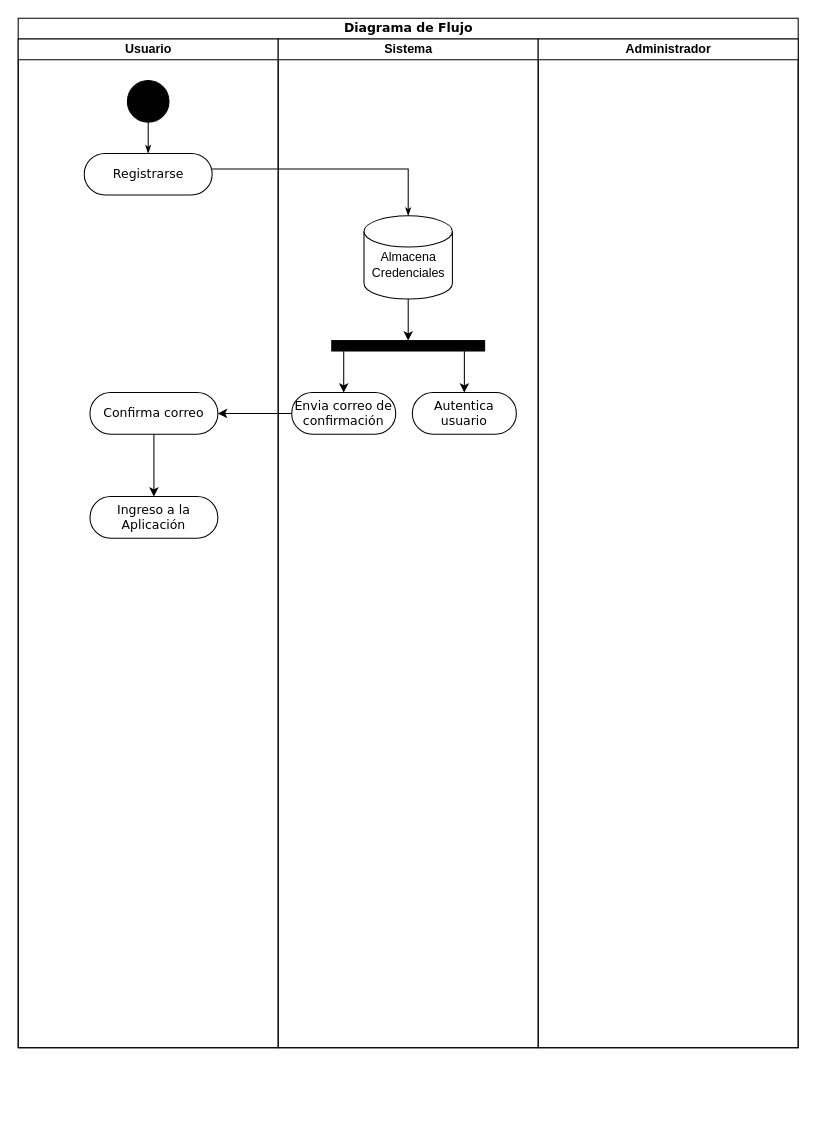
The draw.io diagram page "Diagrma de actividades" (2 of 4) of Diagramas Autolite.drawio in cgmerida/Diagramas-Autolite, before the edit. Source tidied: cells renumbered, new cells numbered last; positions are measured from the earlier drawing's top-left corner, leaving out a move shared by most shapes. Both pictures are drawn from the tidied source at 104%, with x=0, y=0 at pixel (18, 18).
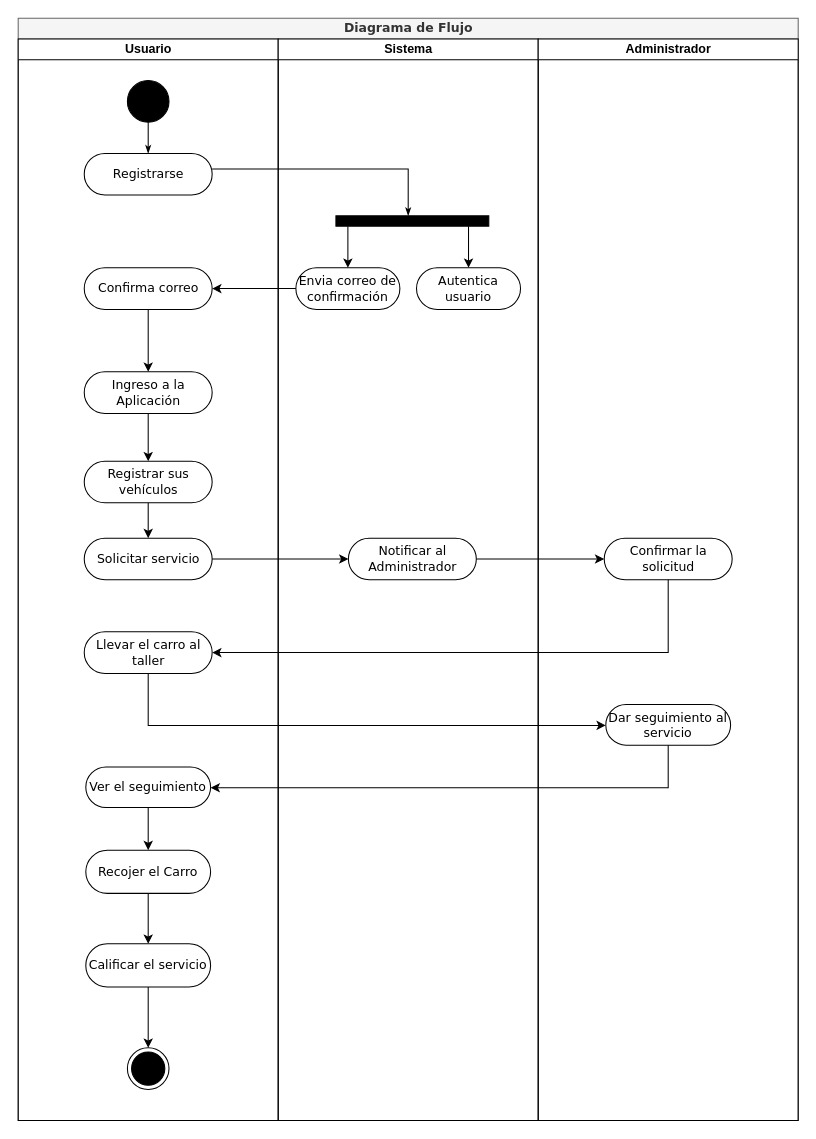
After the change.

Commit message (it also covers changes not shown here):
Terminando Diagrama de Actividades

Diff of the diagram source:
```diff
@@
-    <mxCell id="2" value="Diagrama de Flujo" style="swimlane;html=1;startSize=20;rounded=0;shadow=0;comic=0;labelBackgroundColor=none;strokeWidth=1;fontFamily=Verdana;fontSize=12;align=center;" parent="1" vertex="1">
-      <mxGeometry width="750" height="990" as="geometry" />
+    <mxCell id="2" value="Diagrama de Flujo" style="swimlane;html=1;startSize=20;rounded=0;shadow=0;comic=0;labelBackgroundColor=none;strokeWidth=1;fontFamily=Verdana;fontSize=12;align=center;fillColor=#f5f5f5;strokeColor=#666666;fontColor=#333333;" parent="1" vertex="1">
+      <mxGeometry width="750" height="1060" as="geometry" />
     </mxCell>
     <mxCell id="3" value="Usuario" style="swimlane;html=1;startSize=20;" parent="2" vertex="1">
-      <mxGeometry y="20" width="250" height="970" as="geometry" />
+      <mxGeometry y="20" width="250" height="1040" as="geometry" />
     </mxCell>
+    <mxCell id="21" value="Ver el seguimiento" style="whiteSpace=wrap;html=1;rounded=1;shadow=0;fontFamily=Verdana;strokeWidth=1;arcSize=50;comic=0;" parent="3" vertex="1">
+      <mxGeometry x="65" y="700" width="120" height="39" as="geometry" />
+    </mxCell>
+    <mxCell id="22" value="Llevar el carro al taller" style="rounded=1;whiteSpace=wrap;html=1;shadow=0;comic=0;labelBackgroundColor=none;strokeWidth=1;fontFamily=Verdana;fontSize=12;align=center;arcSize=50;" parent="3" vertex="1">
+      <mxGeometry x="63.5" y="570" width="123" height="40" as="geometry" />
+    </mxCell>
+    <mxCell id="7" style="ellipse;whiteSpace=wrap;html=1;rounded=0;shadow=0;comic=0;labelBackgroundColor=none;strokeWidth=1;fillColor=#000000;fontFamily=Verdana;fontSize=12;align=center;" parent="3" vertex="1">
+      <mxGeometry x="105" y="40" width="40" height="40" as="geometry" />
+    </mxCell>
+    <mxCell id="8" value="Registrarse" style="rounded=1;whiteSpace=wrap;html=1;shadow=0;comic=0;labelBackgroundColor=none;strokeWidth=1;fontFamily=Verdana;fontSize=12;align=center;arcSize=50;" parent="3" vertex="1">
+      <mxGeometry x="63.5" y="110" width="123" height="40" as="geometry" />
+    </mxCell>
+    <mxCell id="9" style="edgeStyle=orthogonalEdgeStyle;rounded=0;html=1;labelBackgroundColor=none;startArrow=none;startFill=0;startSize=5;endArrow=classicThin;endFill=1;endSize=5;jettySize=auto;strokeWidth=1;fontFamily=Verdana;fontSize=12;" parent="3" edge="1" source="7" target="8">
+      <mxGeometry relative="1" as="geometry" />
+    </mxCell>
+    <mxCell id="23" style="edgeStyle=orthogonalEdgeStyle;rounded=0;jettySize=auto;html=1;" parent="3" edge="1" source="4" target="26">
+      <mxGeometry relative="1" as="geometry" />
+    </mxCell>
+    <mxCell id="24" value="Solicitar servicio" style="rounded=1;whiteSpace=wrap;html=1;shadow=0;comic=0;labelBackgroundColor=none;strokeWidth=1;fontFamily=Verdana;fontSize=12;align=center;arcSize=50;" parent="3" vertex="1">
+      <mxGeometry x="63.5" y="480" width="123" height="40" as="geometry" />
+    </mxCell>
     <mxCell id="4" value="Ingreso a la Aplicación" style="rounded=1;whiteSpace=wrap;html=1;shadow=0;comic=0;labelBackgroundColor=none;strokeWidth=1;fontFamily=Verdana;fontSize=12;align=center;arcSize=50;" parent="3" vertex="1">
-      <mxGeometry x="69" y="440" width="123" height="40" as="geometry" />
+      <mxGeometry x="63.5" y="320" width="123" height="40" as="geometry" />
     </mxCell>
@@
     <mxCell id="6" value="Confirma correo" style="rounded=1;whiteSpace=wrap;html=1;shadow=0;comic=0;labelBackgroundColor=none;strokeWidth=1;fontFamily=Verdana;fontSize=12;align=center;arcSize=50;" parent="3" vertex="1">
-      <mxGeometry x="69" y="340" width="123" height="40" as="geometry" />
+      <mxGeometry x="63.5" y="220" width="123" height="40" as="geometry" />
     </mxCell>
-    <mxCell id="7" style="ellipse;whiteSpace=wrap;html=1;rounded=0;shadow=0;comic=0;labelBackgroundColor=none;strokeWidth=1;fillColor=#000000;fontFamily=Verdana;fontSize=12;align=center;" parent="3" vertex="1">
-      <mxGeometry x="105" y="40" width="40" height="40" as="geometry" />
-    </mxCell>
-    <mxCell id="8" value="Registrarse" style="rounded=1;whiteSpace=wrap;html=1;shadow=0;comic=0;labelBackgroundColor=none;strokeWidth=1;fontFamily=Verdana;fontSize=12;align=center;arcSize=50;" parent="3" vertex="1">
-      <mxGeometry x="63.5" y="110" width="123" height="40" as="geometry" />
-    </mxCell>
-    <mxCell id="9" style="edgeStyle=orthogonalEdgeStyle;rounded=0;html=1;labelBackgroundColor=none;startArrow=none;startFill=0;startSize=5;endArrow=classicThin;endFill=1;endSize=5;jettySize=auto;strokeWidth=1;fontFamily=Verdana;fontSize=12;" parent="3" edge="1" source="7" target="8">
-      <mxGeometry relative="1" as="geometry" />
-    </mxCell>
+    <mxCell id="25" style="edgeStyle=orthogonalEdgeStyle;rounded=0;jettySize=auto;html=1;" parent="3" edge="1" source="26" target="24">
+      <mxGeometry relative="1" as="geometry" />
+    </mxCell>
+    <mxCell id="26" value="Registrar sus vehículos" style="rounded=1;whiteSpace=wrap;html=1;shadow=0;comic=0;labelBackgroundColor=none;strokeWidth=1;fontFamily=Verdana;fontSize=12;align=center;arcSize=50;" parent="3" vertex="1">
+      <mxGeometry x="63.5" y="406" width="123" height="40" as="geometry" />
+    </mxCell>
+    <mxCell id="27" style="edgeStyle=orthogonalEdgeStyle;rounded=0;jettySize=auto;html=1;" parent="3" edge="1" source="21" target="28">
+      <mxGeometry relative="1" as="geometry" />
+    </mxCell>
+    <mxCell id="28" value="Recojer el Carro" style="whiteSpace=wrap;html=1;rounded=1;shadow=0;fontFamily=Verdana;strokeWidth=1;arcSize=50;comic=0;" parent="3" vertex="1">
+      <mxGeometry x="65" y="780" width="120" height="41.5" as="geometry" />
+    </mxCell>
+    <mxCell id="29" style="edgeStyle=orthogonalEdgeStyle;rounded=0;jettySize=auto;html=1;" parent="3" edge="1" source="28" target="31">
+      <mxGeometry relative="1" as="geometry" />
+    </mxCell>
+    <mxCell id="30" style="edgeStyle=orthogonalEdgeStyle;rounded=0;jettySize=auto;html=1;" parent="3" edge="1" source="31" target="32">
+      <mxGeometry relative="1" as="geometry" />
+    </mxCell>
+    <mxCell id="31" value="Calificar el servicio" style="whiteSpace=wrap;html=1;rounded=1;shadow=0;fontFamily=Verdana;strokeWidth=1;arcSize=50;comic=0;" parent="3" vertex="1">
+      <mxGeometry x="65" y="870" width="120" height="41.5" as="geometry" />
+    </mxCell>
+    <mxCell id="32" style="ellipse;html=1;shape=endState;fillColor=#000000;" parent="3" vertex="1">
+      <mxGeometry x="105" y="970" width="40" height="40" as="geometry" />
+    </mxCell>
     <mxCell id="10" value="Sistema" style="swimlane;html=1;startSize=20;" parent="2" vertex="1">
-      <mxGeometry x="250" y="20" width="250" height="970" as="geometry" />
+      <mxGeometry x="250" y="20" width="250" height="1040" as="geometry" />
     </mxCell>
-    <mxCell id="11" style="edgeStyle=orthogonalEdgeStyle;rounded=0;jettySize=auto;html=1;entryX=0.5;entryY=0;entryDx=0;entryDy=0;" parent="10" edge="1" source="13" target="16">
-      <mxGeometry relative="1" as="geometry" />
-    </mxCell>
     <mxCell id="12" value="Envia correo de confirmación" style="rounded=1;whiteSpace=wrap;html=1;shadow=0;comic=0;labelBackgroundColor=none;strokeWidth=1;fontFamily=Verdana;fontSize=12;align=center;arcSize=50;" parent="10" vertex="1">
-      <mxGeometry x="13" y="340" width="100" height="40" as="geometry" />
+      <mxGeometry x="17" y="220" width="100" height="40" as="geometry" />
     </mxCell>
-    <mxCell id="13" value="&lt;br&gt;Almacena&lt;br&gt;Credenciales" style="shape=cylinder2;whiteSpace=wrap;html=1;boundedLbl=1;backgroundOutline=1;size=15;strokeWidth=1;" parent="10" vertex="1">
-      <mxGeometry x="82.5" y="170" width="85" height="80" as="geometry" />
-    </mxCell>
     <mxCell id="14" style="edgeStyle=orthogonalEdgeStyle;rounded=0;jettySize=auto;html=1;" parent="10" edge="1" source="16" target="17">
       <mxGeometry relative="1" as="geometry">
         <Array as="points">
-          <mxPoint x="179" y="320" />
-          <mxPoint x="179" y="320" />
+          <mxPoint x="183" y="200" />
+          <mxPoint x="183" y="200" />
         </Array>
       </mxGeometry>
     </mxCell>
     <mxCell id="15" style="edgeStyle=orthogonalEdgeStyle;rounded=0;jettySize=auto;html=1;" parent="10" edge="1" source="16" target="12">
       <mxGeometry relative="1" as="geometry">
         <Array as="points">
-          <mxPoint x="63" y="320" />
-          <mxPoint x="63" y="320" />
+          <mxPoint x="67" y="200" />
+          <mxPoint x="67" y="200" />
         </Array>
       </mxGeometry>
     </mxCell>
+    <mxCell id="33" value="Notificar al Administrador" style="rounded=1;whiteSpace=wrap;html=1;shadow=0;comic=0;labelBackgroundColor=none;strokeWidth=1;fontFamily=Verdana;fontSize=12;align=center;arcSize=50;" parent="10" vertex="1">
+      <mxGeometry x="67.5" y="480" width="123" height="40" as="geometry" />
+    </mxCell>
+    <mxCell id="17" value="Autentica usuario" style="rounded=1;whiteSpace=wrap;html=1;shadow=0;comic=0;labelBackgroundColor=none;strokeWidth=1;fontFamily=Verdana;fontSize=12;align=center;arcSize=50;" parent="10" vertex="1">
+      <mxGeometry x="133" y="220" width="100" height="40" as="geometry" />
+    </mxCell>
     <mxCell id="16" style="whiteSpace=wrap;html=1;rounded=0;shadow=0;comic=0;labelBackgroundColor=none;strokeWidth=1;fillColor=#000000;fontFamily=Verdana;fontSize=12;align=center;rotation=0;" parent="10" vertex="1">
-      <mxGeometry x="51.5" y="290" width="147" height="10" as="geometry" />
+      <mxGeometry x="55.5" y="170" width="147" height="10" as="geometry" />
     </mxCell>
-    <mxCell id="17" value="Autentica usuario" style="rounded=1;whiteSpace=wrap;html=1;shadow=0;comic=0;labelBackgroundColor=none;strokeWidth=1;fontFamily=Verdana;fontSize=12;align=center;arcSize=50;" parent="10" vertex="1">
-      <mxGeometry x="129" y="340" width="100" height="40" as="geometry" />
-    </mxCell>
     <mxCell id="18" value="Administrador" style="swimlane;html=1;startSize=20;" parent="2" vertex="1">
-      <mxGeometry x="500" y="20" width="250" height="970" as="geometry" />
+      <mxGeometry x="500" y="20" width="250" height="1040" as="geometry" />
     </mxCell>
+    <mxCell id="34" value="Confirmar la solicitud" style="rounded=1;whiteSpace=wrap;html=1;shadow=0;comic=0;labelBackgroundColor=none;strokeWidth=1;fontFamily=Verdana;fontSize=12;align=center;arcSize=50;" parent="18" vertex="1">
+      <mxGeometry x="63.5" y="480" width="123" height="40" as="geometry" />
+    </mxCell>
+    <mxCell id="35" value="Dar seguimiento al servicio" style="whiteSpace=wrap;html=1;rounded=1;shadow=0;fontFamily=Verdana;strokeWidth=1;arcSize=50;comic=0;" parent="18" vertex="1">
+      <mxGeometry x="65" y="640" width="120" height="39" as="geometry" />
+    </mxCell>
-    <mxCell id="19" style="edgeStyle=orthogonalEdgeStyle;rounded=0;html=1;labelBackgroundColor=none;startArrow=none;startFill=0;startSize=5;endArrow=classicThin;endFill=1;endSize=5;jettySize=auto;strokeWidth=1;fontFamily=Verdana;fontSize=12;" parent="2" edge="1" source="8" target="13">
+    <mxCell id="19" style="edgeStyle=orthogonalEdgeStyle;rounded=0;html=1;labelBackgroundColor=none;startArrow=none;startFill=0;startSize=5;endArrow=classicThin;endFill=1;endSize=5;jettySize=auto;strokeWidth=1;fontFamily=Verdana;fontSize=12;" parent="2" edge="1" source="8">
       <mxGeometry relative="1" as="geometry">
+        <mxPoint x="375" y="190" as="targetPoint" />
         <Array as="points">
           <mxPoint x="375" y="145" />
         </Array>
       </mxGeometry>
     </mxCell>
@@
+    <mxCell id="36" style="edgeStyle=orthogonalEdgeStyle;rounded=0;jettySize=auto;html=1;" parent="2" edge="1" source="24" target="33">
+      <mxGeometry relative="1" as="geometry" />
+    </mxCell>
+    <mxCell id="37" style="edgeStyle=orthogonalEdgeStyle;rounded=0;jettySize=auto;html=1;" parent="2" edge="1" source="33" target="34">
+      <mxGeometry relative="1" as="geometry" />
+    </mxCell>
+    <mxCell id="38" style="edgeStyle=orthogonalEdgeStyle;rounded=0;jettySize=auto;html=1;entryX=1;entryY=0.5;entryDx=0;entryDy=0;" parent="2" edge="1" source="34" target="22">
+      <mxGeometry relative="1" as="geometry">
+        <Array as="points">
+          <mxPoint x="625" y="610" />
+        </Array>
+      </mxGeometry>
+    </mxCell>
+    <mxCell id="39" style="edgeStyle=orthogonalEdgeStyle;rounded=0;jettySize=auto;html=1;" parent="2" edge="1" source="22" target="35">
+      <mxGeometry relative="1" as="geometry">
+        <Array as="points">
+          <mxPoint x="125" y="680" />
+        </Array>
+      </mxGeometry>
+    </mxCell>
+    <mxCell id="40" style="edgeStyle=orthogonalEdgeStyle;rounded=0;jettySize=auto;html=1;" parent="2" edge="1" source="35" target="21">
+      <mxGeometry relative="1" as="geometry">
+        <Array as="points">
+          <mxPoint x="625" y="740" />
+        </Array>
+      </mxGeometry>
+    </mxCell>
```
